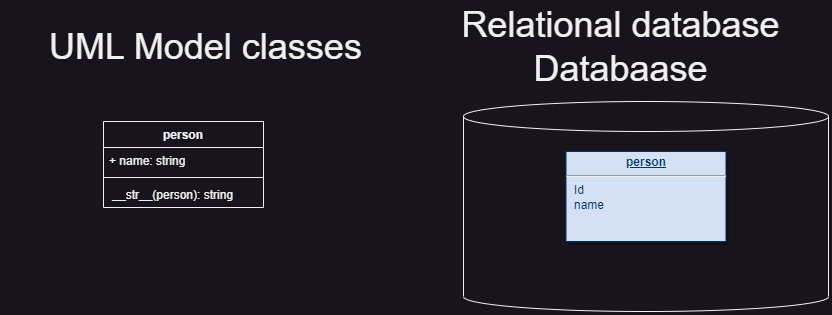
nabil2i/hngx-stage2 keeps this draw.io diagram as assets/hgnx-stage2-diagram-Diagram.drawio.png. Above is the earlier version. Source tidied: cells renumbered, new cells last; positions are measured from the earlier drawing's top-left corner, leaving out a move shared by most shapes.
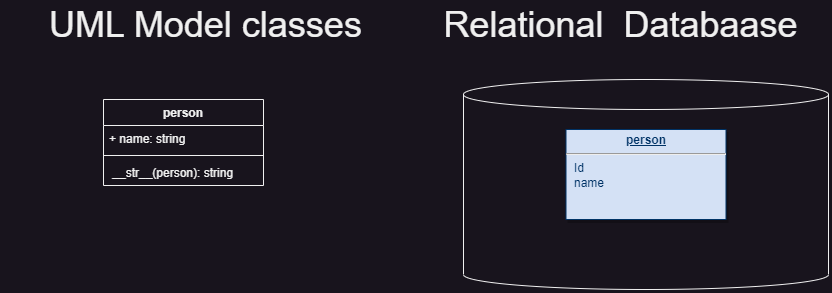
Above is the later version.

The edit, as a diff of the source:
```diff
@@ -17,7 +17,7 @@
     <mxCell id="6" value="&lt;font style=&quot;font-size: 36px;&quot;&gt;UML Model classes&lt;/font&gt;" style="text;html=1;strokeColor=none;fillColor=none;align=center;verticalAlign=middle;whiteSpace=wrap;rounded=0;" parent="1" vertex="1">
       <mxGeometry width="405" height="30" as="geometry" />
     </mxCell>
-    <mxCell id="7" value="&lt;font style=&quot;font-size: 36px;&quot;&gt;Relational database Databaase&lt;/font&gt;" style="text;html=1;strokeColor=none;fillColor=none;align=center;verticalAlign=middle;whiteSpace=wrap;rounded=0;" parent="1" vertex="1">
+    <mxCell id="7" value="&lt;font style=&quot;font-size: 36px;&quot;&gt;Relational&amp;nbsp; Databaase&lt;/font&gt;" style="text;html=1;strokeColor=none;fillColor=none;align=center;verticalAlign=middle;whiteSpace=wrap;rounded=0;" parent="1" vertex="1">
       <mxGeometry x="415" width="405" height="30" as="geometry" />
     </mxCell>
     <mxCell id="8" style="shape=cylinder3;whiteSpace=wrap;html=1;boundedLbl=1;backgroundOutline=1;size=15;" parent="1" vertex="1">
```
